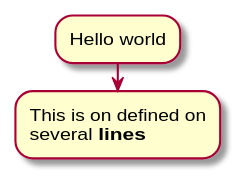
The PlantUML diagram figures/sample.svg in yamad07/plant-uml, before a commit.
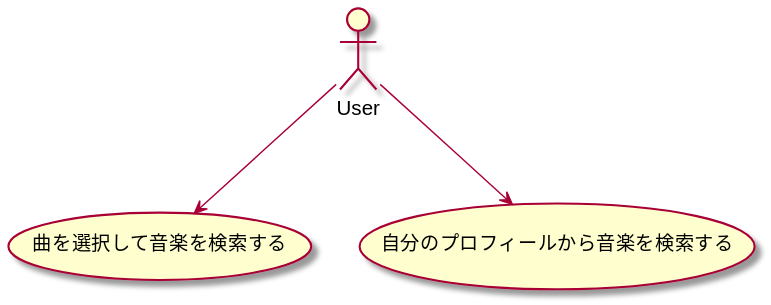
Later version of the same file.

The edit, as a diff of the source:
```diff
@@ -1,5 +1,4 @@
 @startuml
-:Hello world;
-:This is on defined on
-several **lines**;
+User --> (曲を選択して音楽を検索する)
+User --> (自分のプロフィールから音楽を検索する)
 @enduml
```
